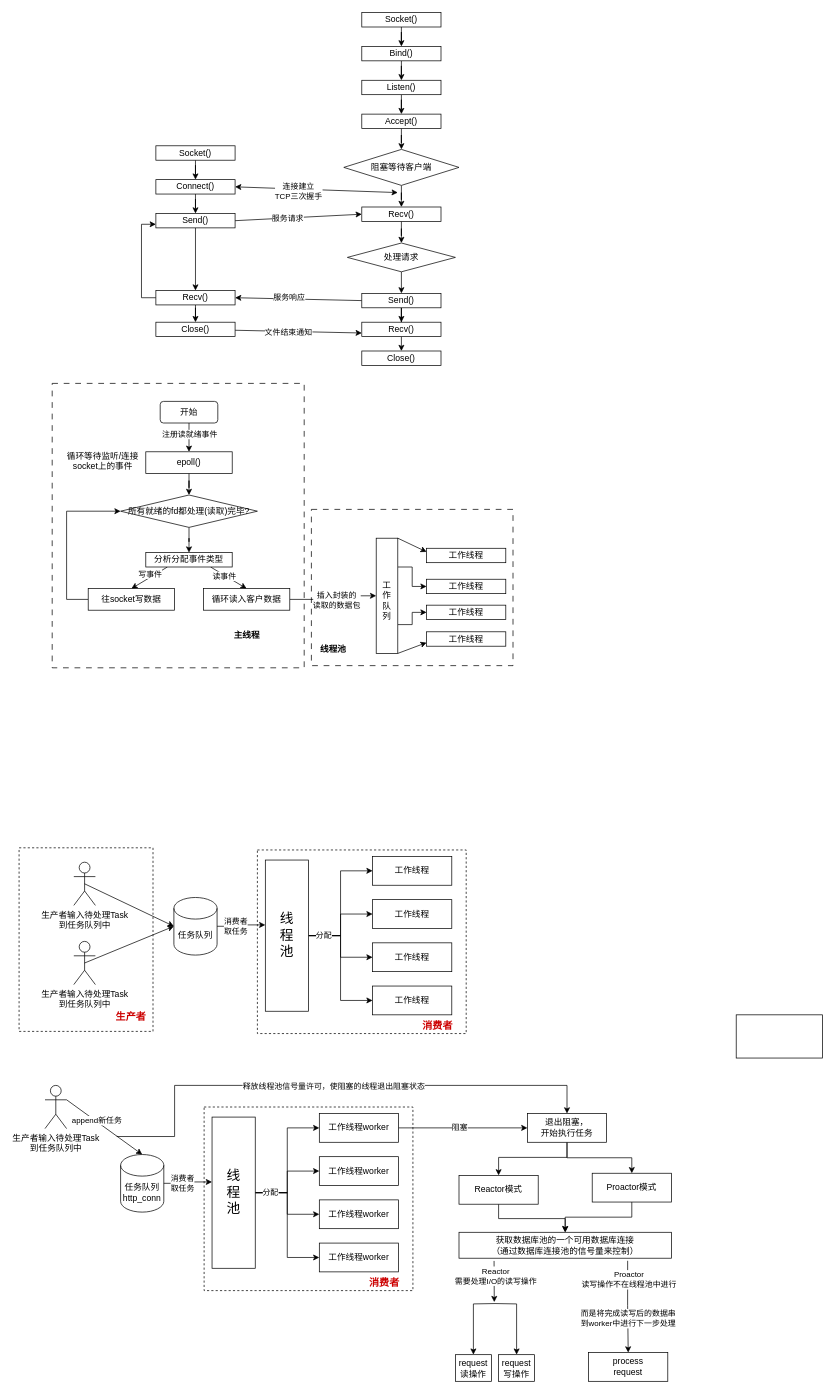
The draw.io diagram TinyWebServer.drawio in AkiraZheng/diagrams, before the edit. Source tidied: cells renumbered, new cells numbered last; positions are measured from the earlier drawing's top-left corner, leaving out a move shared by most shapes. Both pictures are drawn from the tidied source at 72%, with x=0, y=0 at pixel (19, 12).
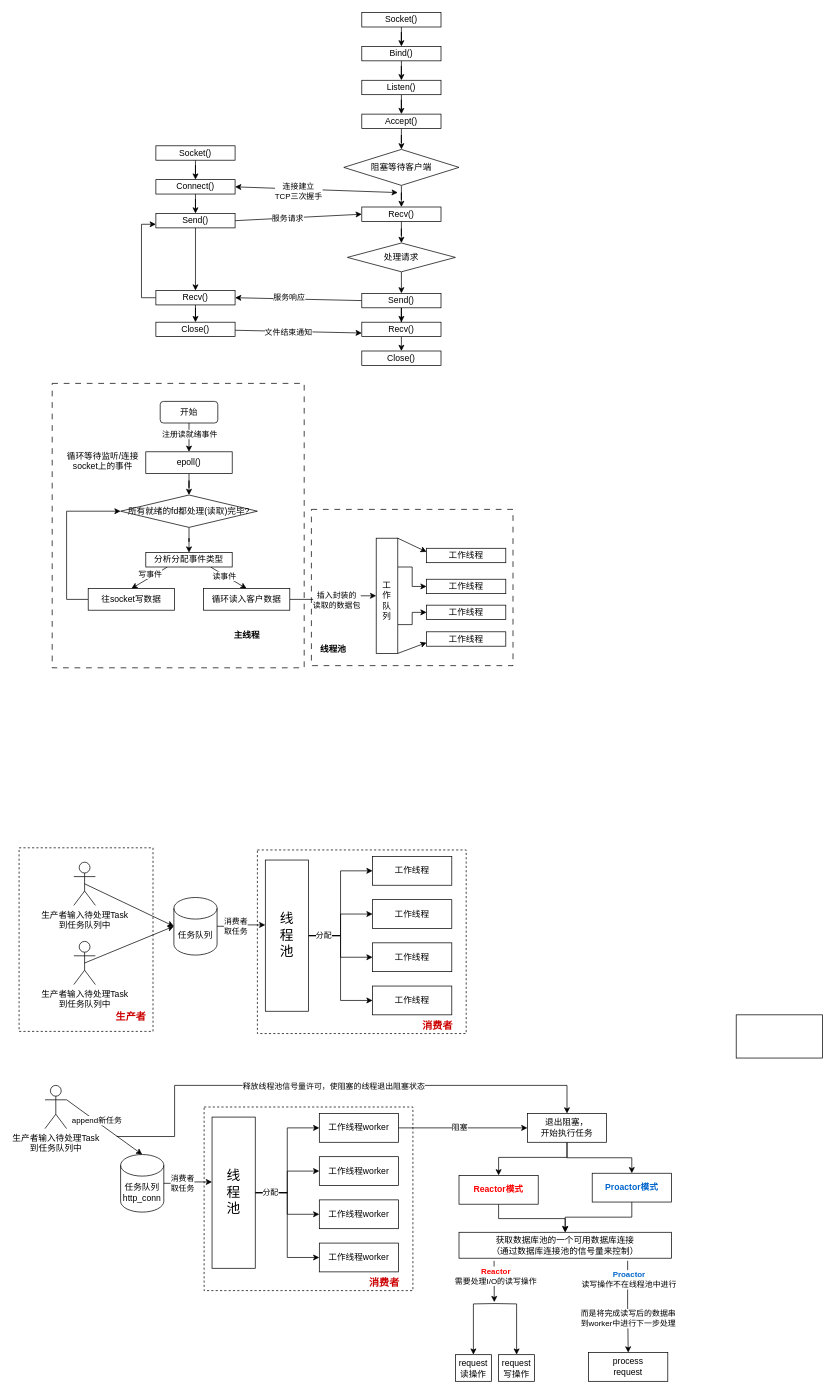
After the change.

The change refers to these unchanged cells:
```xml
<mxCell id="123" style="edgeStyle=orthogonalEdgeStyle;rounded=0;jettySize=auto;html=1;exitX=0.794;exitY=1.1;exitDx=0;exitDy=0;exitPerimeter=0;" parent="1" edge="1" source="129" target="126">
  <mxGeometry relative="1" as="geometry" />
</mxCell>
<mxCell id="130" style="endArrow=classic;html=1;rounded=0;exitX=0.165;exitY=1.078;exitDx=0;exitDy=0;exitPerimeter=0;" parent="1" edge="1">
  <mxGeometry relative="1" as="geometry">
    <mxPoint x="659.7" y="1733.8" as="sourcePoint" />
    <mxPoint x="660" y="1791" as="targetPoint" />
  </mxGeometry>
</mxCell>
```

Change to the diagram source:
```diff
@@
-    <mxCell id="117" value="Reactor模式" style="rounded=0;whiteSpace=wrap;html=1;" parent="1" vertex="1">
+    <mxCell id="117" value="&lt;font color=&quot;#ff0000&quot;&gt;&lt;b&gt;Reactor模式&lt;/b&gt;&lt;/font&gt;" style="rounded=0;whiteSpace=wrap;html=1;" parent="1" vertex="1">
       <mxGeometry x="611" y="1615" width="110" height="40" as="geometry" />
     </mxCell>
@@
-    <mxCell id="119" value="Proactor模式" style="rounded=0;whiteSpace=wrap;html=1;" parent="1" vertex="1">
+    <mxCell id="119" value="&lt;font color=&quot;#0066cc&quot;&gt;&lt;b&gt;Proactor模式&lt;/b&gt;&lt;/font&gt;" style="rounded=0;whiteSpace=wrap;html=1;" parent="1" vertex="1">
       <mxGeometry x="796" y="1612" width="110" height="40" as="geometry" />
     </mxCell>
@@
-    <mxCell id="124" value="&lt;div&gt;Proactor&lt;/div&gt;读写操作不在线程池中进行" style="edgeLabel;html=1;align=center;verticalAlign=middle;" parent="123" vertex="1">
+    <mxCell id="124" value="&lt;div&gt;&lt;font color=&quot;#0066cc&quot;&gt;&lt;b&gt;Proactor&lt;/b&gt;&lt;/font&gt;&lt;/div&gt;读写操作不在线程池中进行" style="edgeLabel;html=1;align=center;verticalAlign=middle;" parent="123" vertex="1">
       <mxGeometry x="-0.44" y="1" relative="1" as="geometry">
         <mxPoint y="-10" as="offset" />
       </mxGeometry>
     </mxCell>
@@
-    <mxCell id="131" value="&lt;div&gt;Reactor&lt;/div&gt;需要处理I/O的读写操作" style="edgeLabel;html=1;align=center;verticalAlign=middle;" parent="130" vertex="1">
+    <mxCell id="131" value="&lt;div&gt;&lt;font color=&quot;#ff0000&quot;&gt;&lt;b&gt;Reactor&lt;/b&gt;&lt;/font&gt;&lt;/div&gt;需要处理I/O的读写操作" style="edgeLabel;html=1;align=center;verticalAlign=middle;" parent="130" vertex="1">
       <mxGeometry x="-0.28" y="2" relative="1" as="geometry" />
     </mxCell>
```
